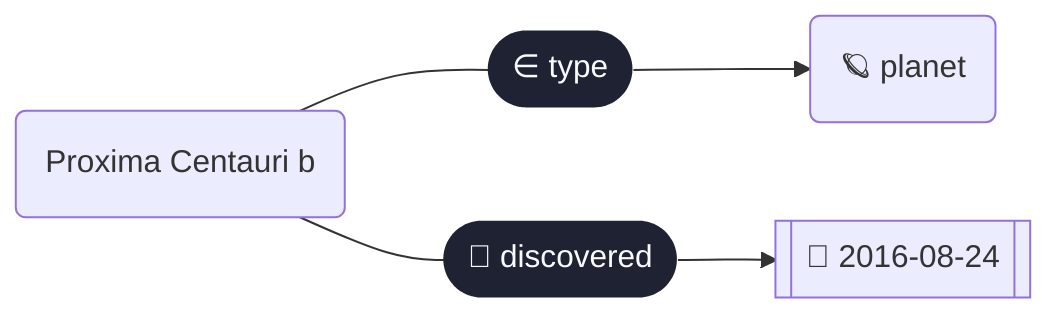
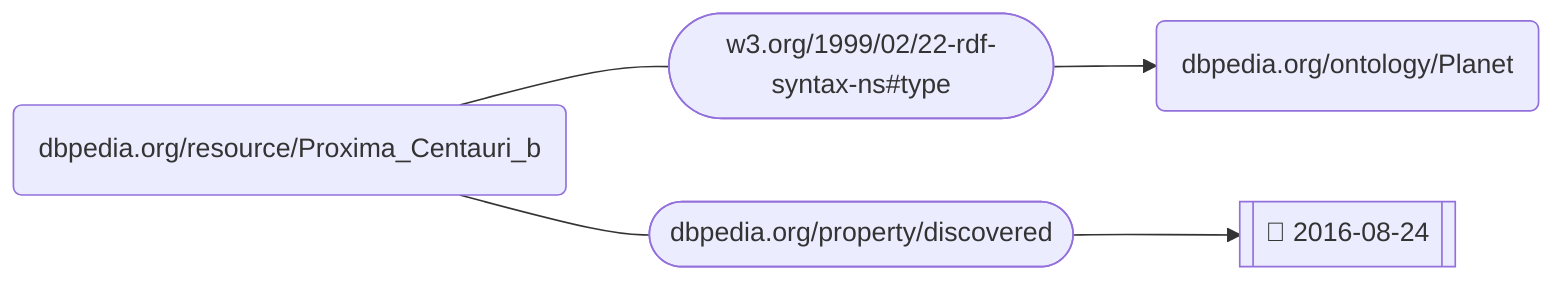
graph LR
-   http___dbpedia_org_resource_Proxima_Centauri_b("Proxima Centauri b")
+   http___dbpedia_org_resource_Proxima_Centauri_b("dbpedia.org/resource/Proxima_Centauri_b")
  click http___dbpedia_org_resource_Proxima_Centauri_b "http://dbpedia.org/resource/Proxima_Centauri_b"
-   http___dbpedia_org_ontology_Planet("🪐 planet")
+   http___dbpedia_org_ontology_Planet("dbpedia.org/ontology/Planet")
  click http___dbpedia_org_ontology_Planet "http://dbpedia.org/ontology/Planet"
  Literal_27f67571cab3[["📅 2016-08-24"]]
-   http___dbpedia_org_resource_Proxima_Centauri_b --- Edge_540e00cae247(["∈ type"])--> http___dbpedia_org_ontology_Planet
+   http___dbpedia_org_resource_Proxima_Centauri_b --- Edge_540e00cae247(["w3.org/1999/02/22-rdf-syntax-ns#type"])--> http___dbpedia_org_ontology_Planet
  click Edge_540e00cae247 "http://www.w3.org/1999/02/22-rdf-syntax-ns#type"
-   http___dbpedia_org_resource_Proxima_Centauri_b --- Edge_a0efd4f3aa3e(["📅 discovered"])--> Literal_27f67571cab3
+   http___dbpedia_org_resource_Proxima_Centauri_b --- Edge_a0efd4f3aa3e(["dbpedia.org/property/discovered"])--> Literal_27f67571cab3
  click Edge_a0efd4f3aa3e "http://dbpedia.org/property/discovered"
  classDef predicate fill:#1f2233,stroke:transparent,color:#f8fafc,stroke-width:0px;
  classDef hidden fill:transparent,stroke:transparent,color:transparent,stroke-width:0px;
  classDef nanopubdot fill:#0f172a,stroke:#0f172a,color:transparent,stroke-width:2px;
  classDef transparent fill:transparent,stroke:transparent,color:transparent,stroke-width:0px;
-   class Edge_540e00cae247,Edge_a0efd4f3aa3e predicate
+ 
